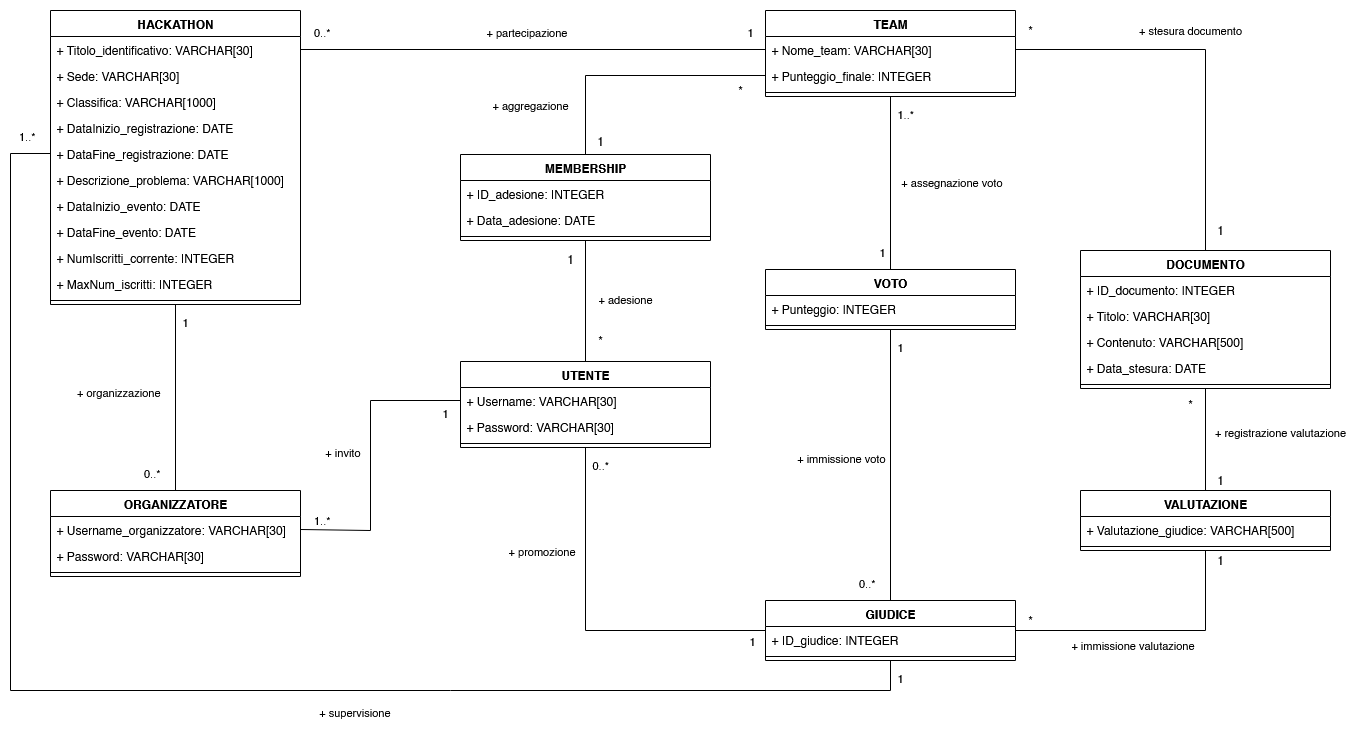
RyoSpikes/ProgettoBasiDati2025 keeps this draw.io diagram as Documentazione/Immagini/Hackathon_UMLRistrutturato.png. Above is the earlier version. Source tidied: cells renumbered, new cells last; positions are measured from the earlier drawing's top-left corner, leaving out a move shared by most shapes.
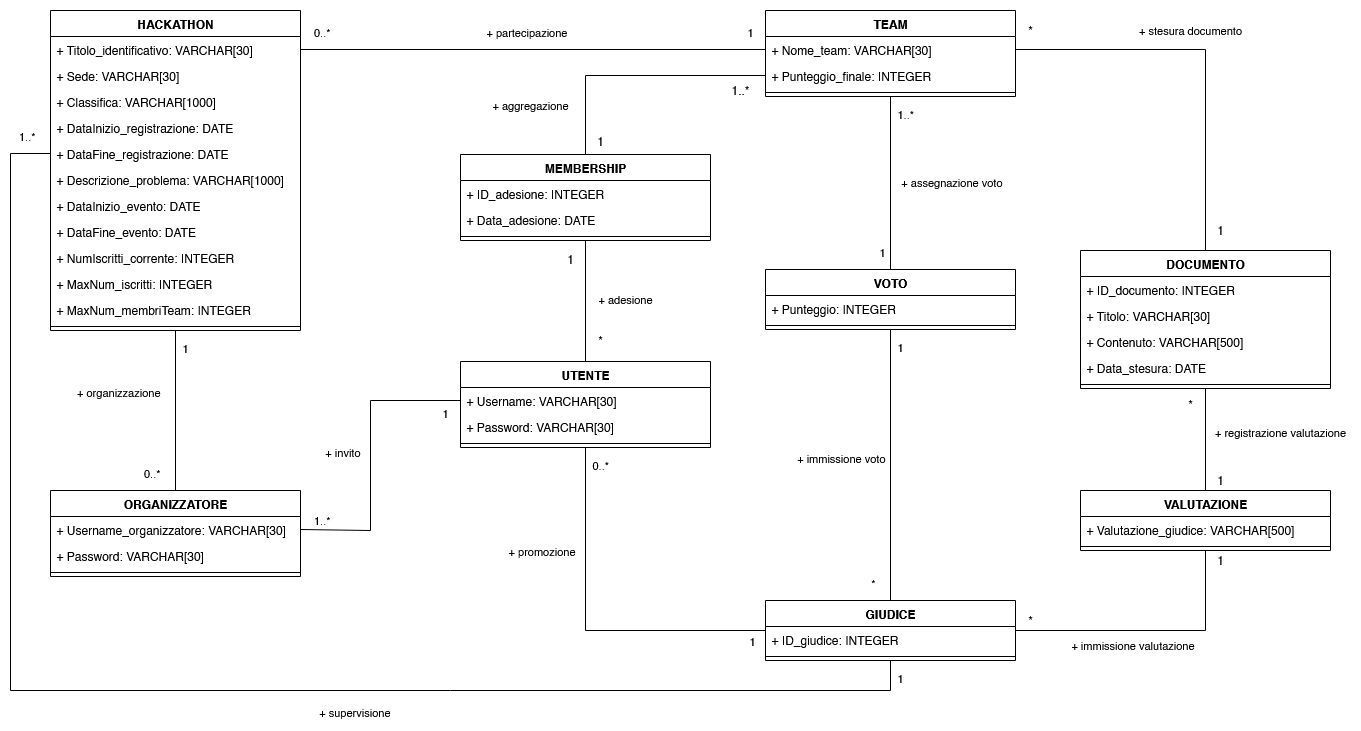
The same diagram one commit later.

Change to the diagram source:
```diff
@@ -3,7 +3,7 @@
     <mxCell id="0" />
     <mxCell id="1" parent="0" />
     <mxCell id="2" value="HACKATHON" style="swimlane;fontStyle=1;align=center;verticalAlign=top;horizontal=1;startSize=26;whiteSpace=wrap;html=1;" parent="1" vertex="1">
-      <mxGeometry x="40" width="250" height="294" as="geometry" />
+      <mxGeometry x="40" width="250" height="320" as="geometry" />
     </mxCell>
     <mxCell id="3" value="+ Titolo_identificativo: VARCHAR[30]" style="text;strokeColor=none;fillColor=none;align=left;verticalAlign=top;spacingLeft=4;spacingRight=4;overflow=hidden;points=[[0,0.5],[1,0.5]];portConstraint=eastwest;whiteSpace=wrap;html=1;" parent="2" vertex="1">
       <mxGeometry y="26" width="250" height="26" as="geometry" />
@@ -35,8 +35,11 @@
     <mxCell id="12" value="+ MaxNum_iscritti: INTEGER" style="text;strokeColor=none;fillColor=none;align=left;verticalAlign=top;spacingLeft=4;spacingRight=4;overflow=hidden;whiteSpace=wrap;html=1;" parent="2" vertex="1">
       <mxGeometry y="260" width="250" height="26" as="geometry" />
     </mxCell>
+    <mxCell id="93" value="+ MaxNum_membriTeam: INTEGER" style="text;strokeColor=none;fillColor=none;align=left;verticalAlign=top;spacingLeft=4;spacingRight=4;overflow=hidden;whiteSpace=wrap;html=1;" parent="2" vertex="1">
+      <mxGeometry y="286" width="250" height="26" as="geometry" />
+    </mxCell>
     <mxCell id="13" style="line;strokeWidth=1;fillColor=none;align=left;verticalAlign=middle;spacingTop=-1;spacingLeft=3;spacingRight=3;labelPosition=right;strokeColor=inherit;" parent="2" vertex="1">
-      <mxGeometry y="286" width="250" height="8" as="geometry" />
+      <mxGeometry y="312" width="250" height="8" as="geometry" />
     </mxCell>
     <mxCell id="14" value="TEAM" style="swimlane;fontStyle=1;align=center;verticalAlign=top;horizontal=1;startSize=26;whiteSpace=wrap;html=1;" parent="1" vertex="1">
       <mxGeometry x="755" width="250" height="86" as="geometry" />
@@ -202,7 +205,7 @@
         <mxPoint x="5" y="26" as="offset" />
       </mxGeometry>
     </mxCell>
-    <mxCell id="59" value="0..*" style="edgeLabel;html=1;align=right;verticalAlign=bottom;" parent="57" vertex="1">
+    <mxCell id="59" value="*" style="edgeLabel;html=1;align=right;verticalAlign=bottom;" parent="57" vertex="1">
       <mxGeometry x="1" relative="1" as="geometry">
         <mxPoint x="-15" y="-9" as="offset" />
       </mxGeometry>
@@ -329,7 +332,7 @@
     <mxCell id="91" value="1" style="text;html=1;align=center;verticalAlign=middle;whiteSpace=wrap;rounded=0;" parent="1" vertex="1">
       <mxGeometry x="580" y="121" width="20" height="20" as="geometry" />
     </mxCell>
-    <mxCell id="92" value="*" style="text;html=1;align=center;verticalAlign=middle;whiteSpace=wrap;rounded=0;" parent="1" vertex="1">
+    <mxCell id="92" value="1..*" style="text;html=1;align=center;verticalAlign=middle;whiteSpace=wrap;rounded=0;" parent="1" vertex="1">
       <mxGeometry x="720" y="70" width="20" height="20" as="geometry" />
     </mxCell>
   </root>
```
